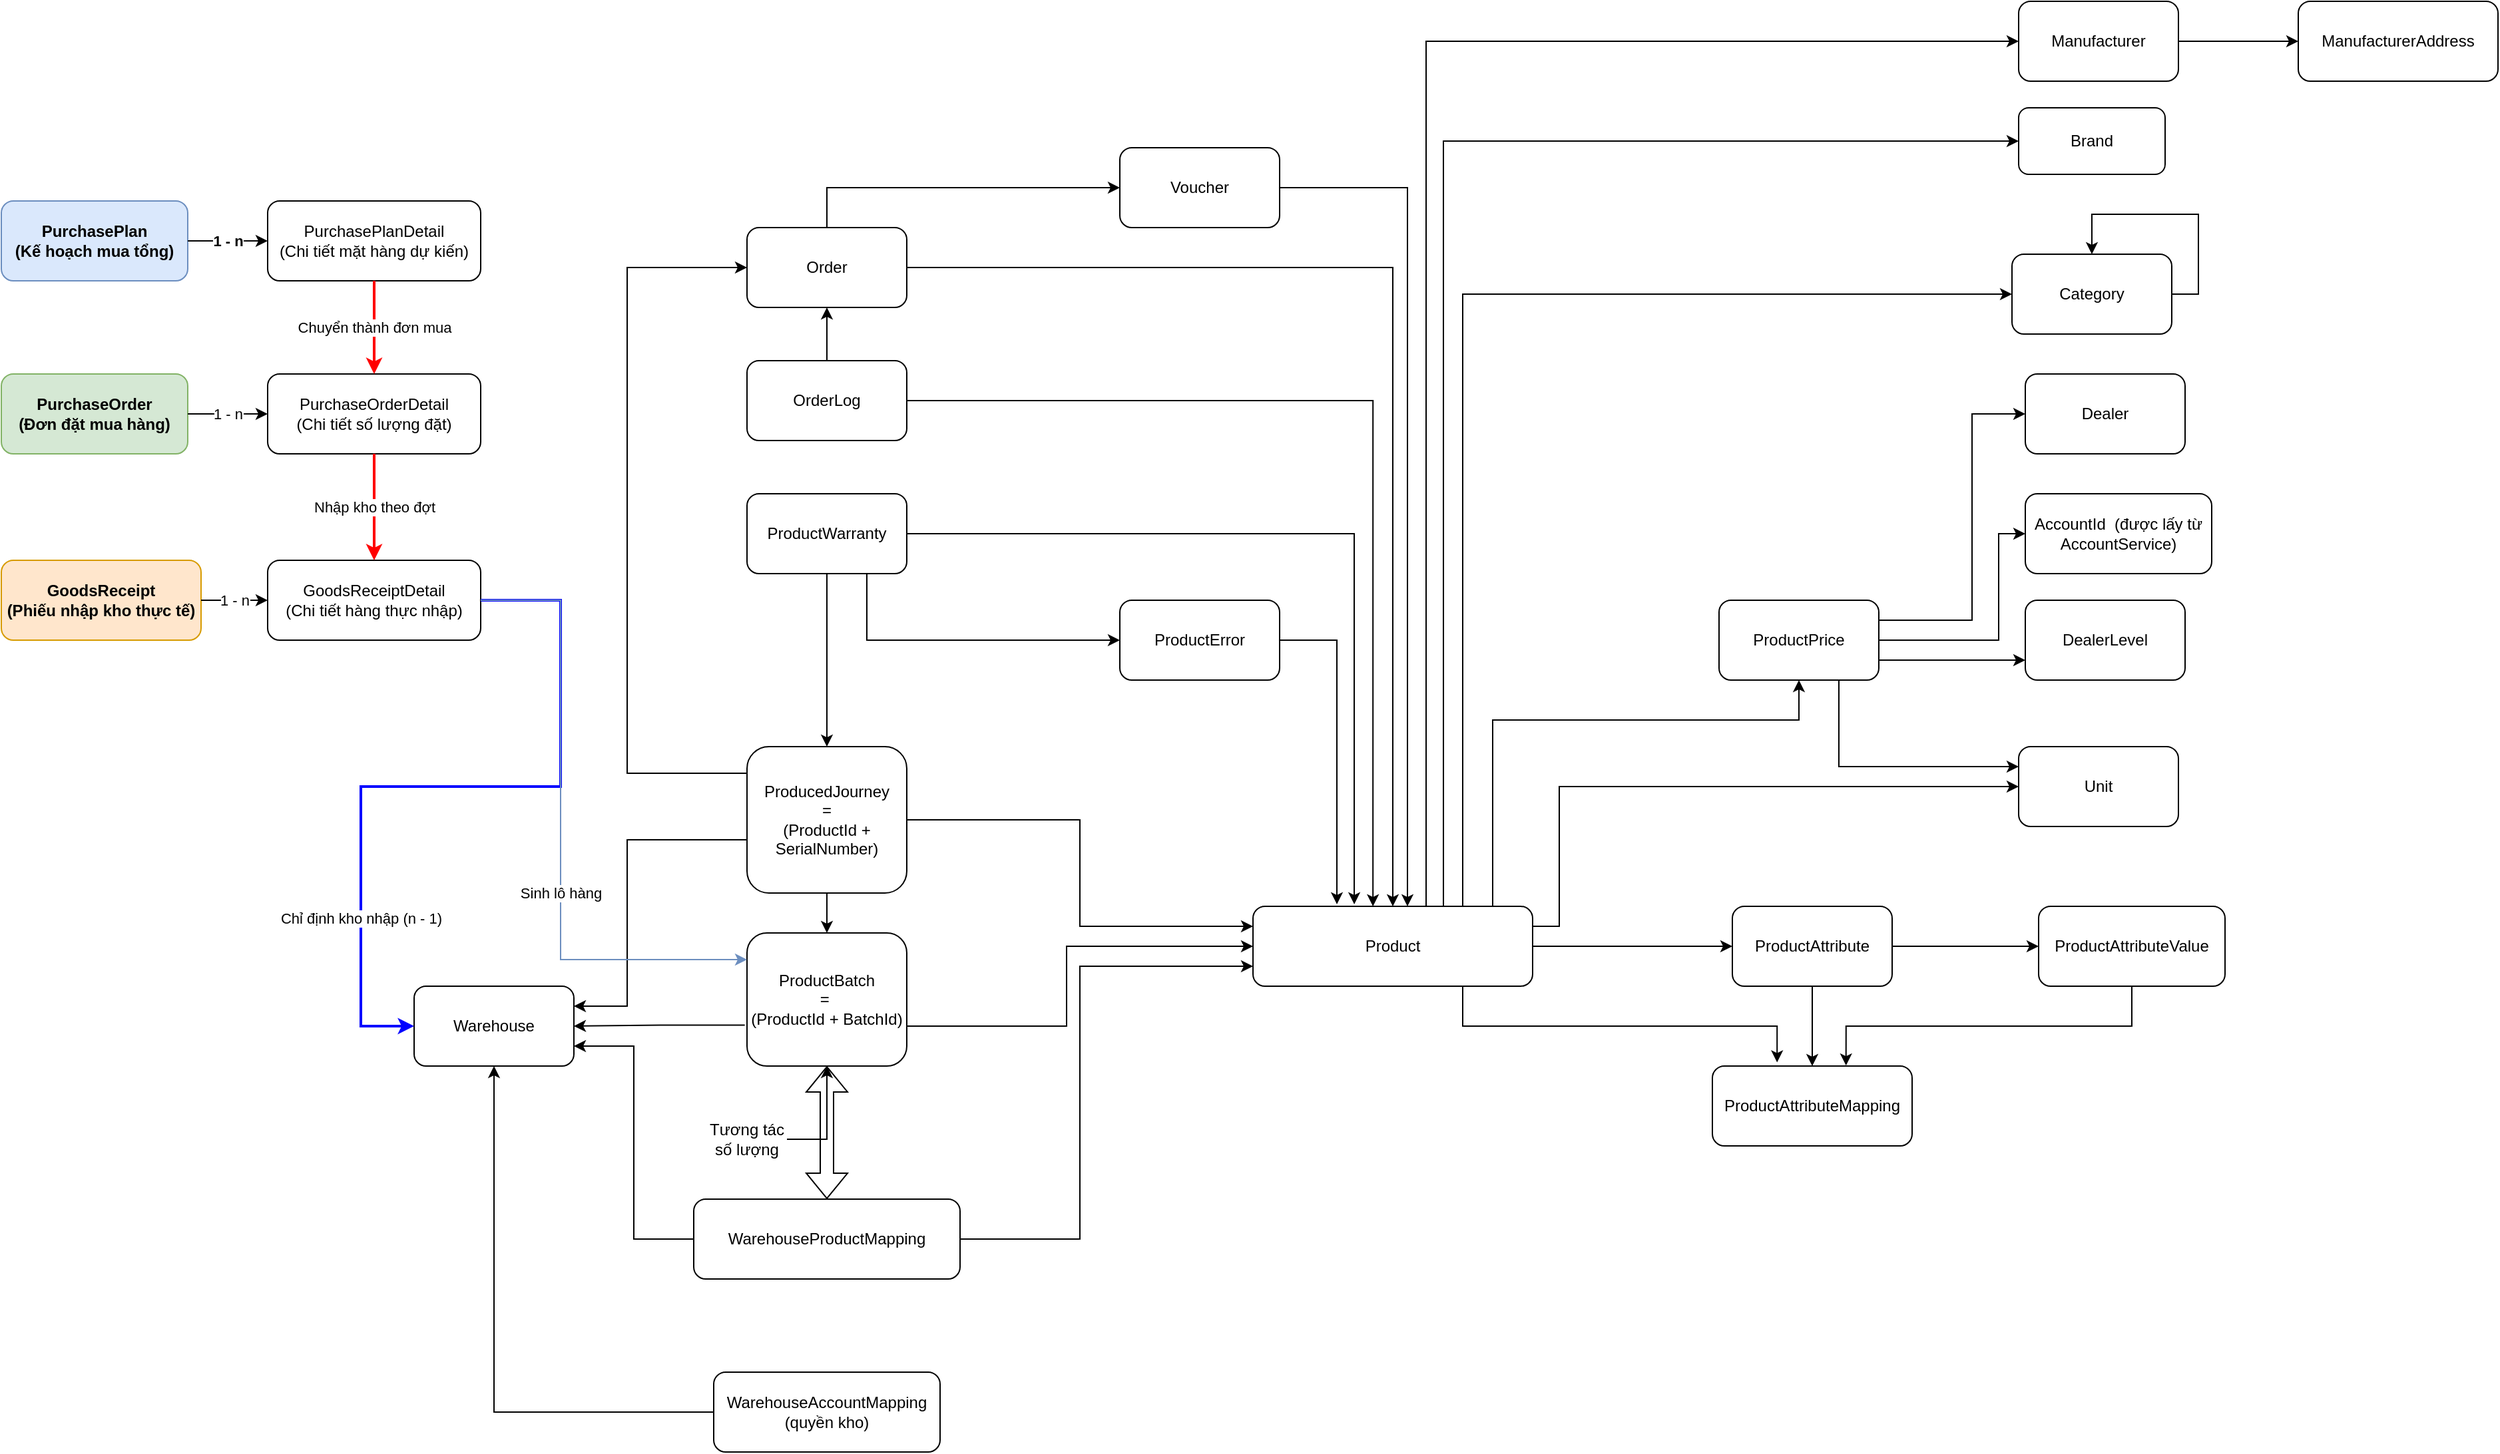
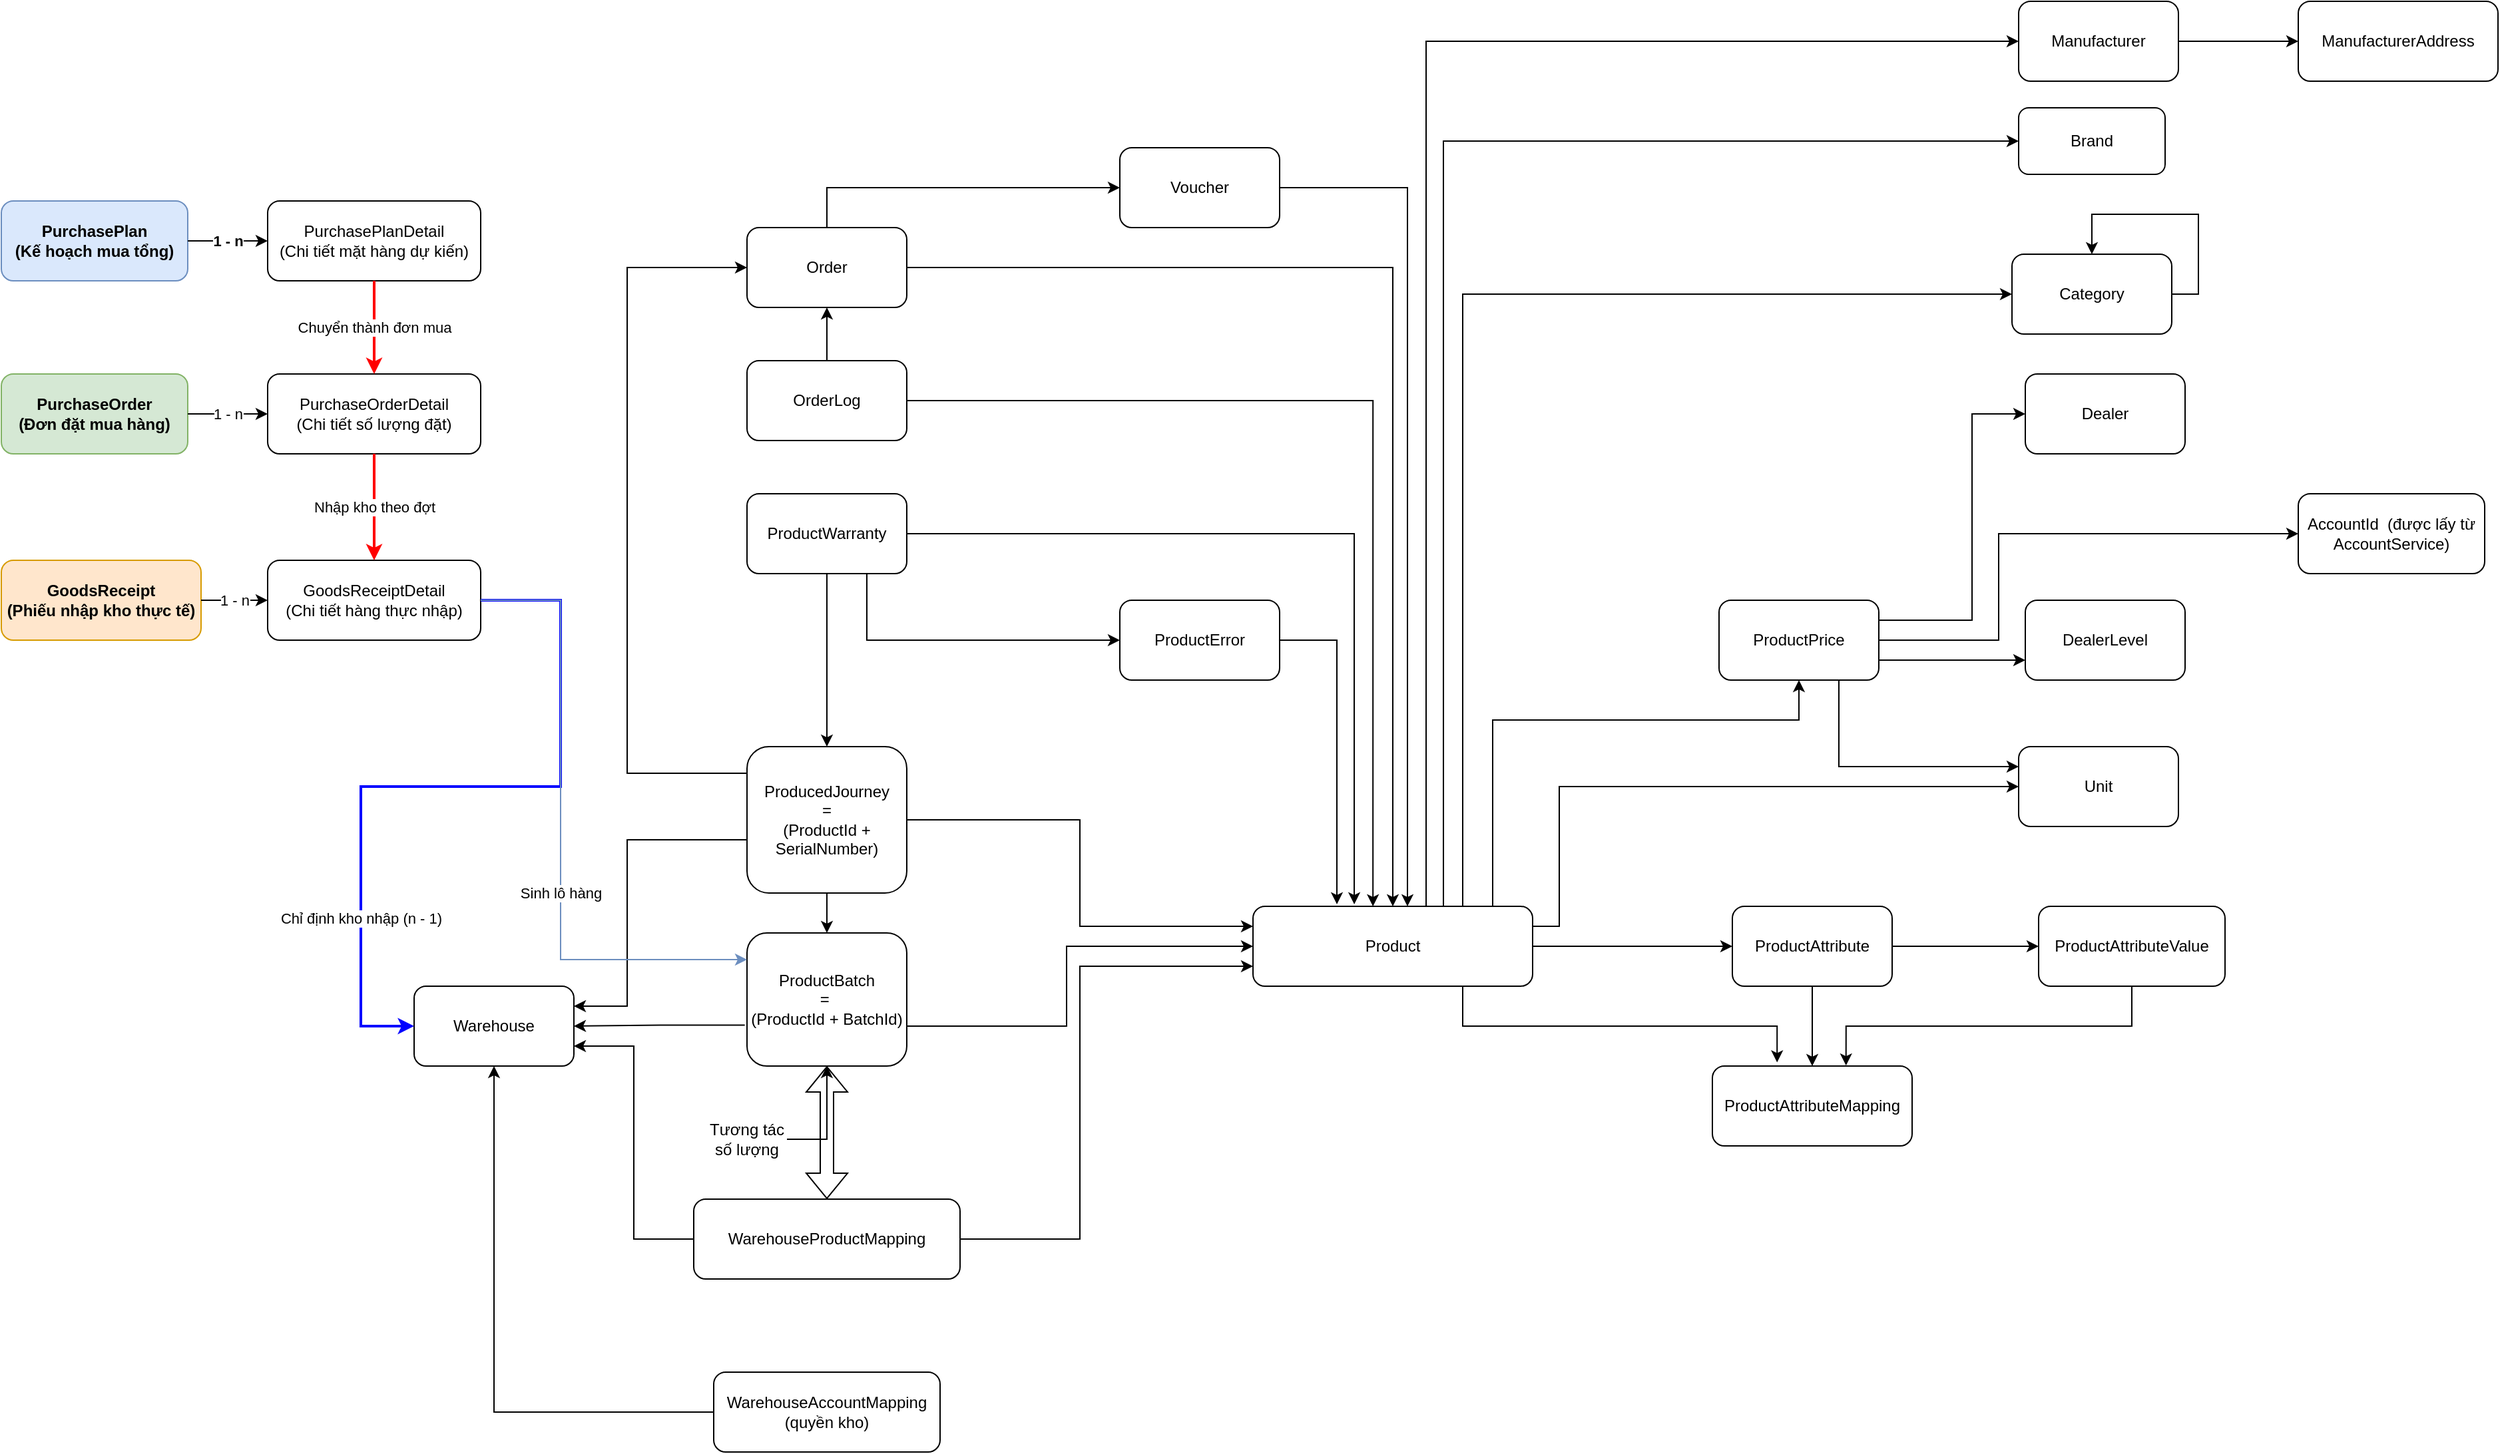
<mxfile host="app.diagrams.net">
  <diagram name="Page-1" id="X3Ej7SneoA_IpZ1JLyMx">
-     <mxGraphModel dx="2280" dy="1447" grid="1" gridSize="10" guides="1" tooltips="1" connect="1" arrows="1" fold="1" page="1" pageScale="1" pageWidth="18500" pageHeight="111000" math="0" shadow="0">
+     <mxGraphModel dx="1303" dy="827" grid="1" gridSize="10" guides="1" tooltips="1" connect="1" arrows="1" fold="1" page="1" pageScale="1" pageWidth="18500" pageHeight="111000" math="0" shadow="0">
      <root>
        <mxCell id="0" />
        <mxCell id="1" parent="0" />
        <mxCell id="bRXCoPtnCOos5vHUt3nM-4" parent="1" style="rounded=1;whiteSpace=wrap;html=1;" value="Brand" vertex="1">
          <mxGeometry height="50" width="110" x="1625" y="160" as="geometry" />
        </mxCell>
        <mxCell id="bRXCoPtnCOos5vHUt3nM-5" parent="1" style="rounded=1;whiteSpace=wrap;html=1;" value="Category" vertex="1">
          <mxGeometry height="60" width="120" x="1620" y="270" as="geometry" />
        </mxCell>
        <mxCell id="bRXCoPtnCOos5vHUt3nM-6" parent="1" style="rounded=1;whiteSpace=wrap;html=1;" value="Dealer" vertex="1">
          <mxGeometry height="60" width="120" x="1630" y="360" as="geometry" />
        </mxCell>
        <mxCell id="bRXCoPtnCOos5vHUt3nM-7" parent="1" style="rounded=1;whiteSpace=wrap;html=1;" value="AccountId&amp;nbsp; (được lấy từ AccountService)" vertex="1">
-           <mxGeometry height="60" width="140" x="1630" y="450" as="geometry" />
+           <mxGeometry height="60" width="140" x="1835" y="450" as="geometry" />
        </mxCell>
        <mxCell id="bRXCoPtnCOos5vHUt3nM-8" parent="1" style="rounded=1;whiteSpace=wrap;html=1;" value="DealerLevel" vertex="1">
          <mxGeometry height="60" width="120" x="1630" y="530" as="geometry" />
        </mxCell>
        <mxCell id="n3FyrpiHLGzsT291LhVI-31" edge="1" parent="1" source="bRXCoPtnCOos5vHUt3nM-11" style="edgeStyle=orthogonalEdgeStyle;rounded=0;orthogonalLoop=1;jettySize=auto;html=1;exitX=1;exitY=0.5;exitDx=0;exitDy=0;entryX=0;entryY=0.5;entryDx=0;entryDy=0;" target="bRXCoPtnCOos5vHUt3nM-12">
          <mxGeometry relative="1" as="geometry" />
        </mxCell>
        <mxCell id="bRXCoPtnCOos5vHUt3nM-11" parent="1" style="rounded=1;whiteSpace=wrap;html=1;" value="Manufacturer" vertex="1">
          <mxGeometry height="60" width="120" x="1625" y="80" as="geometry" />
        </mxCell>
        <mxCell id="bRXCoPtnCOos5vHUt3nM-12" parent="1" style="rounded=1;whiteSpace=wrap;html=1;" value="ManufacturerAddress" vertex="1">
          <mxGeometry height="60" width="150" x="1835" y="80" as="geometry" />
        </mxCell>
        <mxCell id="n3FyrpiHLGzsT291LhVI-44" edge="1" parent="1" source="bRXCoPtnCOos5vHUt3nM-13" style="edgeStyle=orthogonalEdgeStyle;rounded=0;orthogonalLoop=1;jettySize=auto;html=1;exitX=0.5;exitY=0;exitDx=0;exitDy=0;entryX=0;entryY=0.5;entryDx=0;entryDy=0;" target="n3FyrpiHLGzsT291LhVI-9">
          <mxGeometry relative="1" as="geometry">
            <Array as="points">
              <mxPoint x="730" y="220" />
            </Array>
          </mxGeometry>
        </mxCell>
        <mxCell id="n3FyrpiHLGzsT291LhVI-49" edge="1" parent="1" source="bRXCoPtnCOos5vHUt3nM-13" style="edgeStyle=orthogonalEdgeStyle;rounded=0;orthogonalLoop=1;jettySize=auto;html=1;exitX=1;exitY=0.5;exitDx=0;exitDy=0;entryX=0.5;entryY=0;entryDx=0;entryDy=0;" target="bRXCoPtnCOos5vHUt3nM-16">
          <mxGeometry relative="1" as="geometry">
            <Array as="points">
              <mxPoint x="1155" y="280" />
            </Array>
          </mxGeometry>
        </mxCell>
        <mxCell id="bRXCoPtnCOos5vHUt3nM-13" parent="1" style="rounded=1;whiteSpace=wrap;html=1;" value="Order" vertex="1">
          <mxGeometry height="60" width="120" x="670" y="250" as="geometry" />
        </mxCell>
        <mxCell id="n3FyrpiHLGzsT291LhVI-45" edge="1" parent="1" source="bRXCoPtnCOos5vHUt3nM-14" style="edgeStyle=orthogonalEdgeStyle;rounded=0;orthogonalLoop=1;jettySize=auto;html=1;exitX=0;exitY=0.5;exitDx=0;exitDy=0;" target="bRXCoPtnCOos5vHUt3nM-13">
          <mxGeometry relative="1" as="geometry" />
        </mxCell>
        <mxCell id="bRXCoPtnCOos5vHUt3nM-14" parent="1" style="rounded=1;whiteSpace=wrap;html=1;direction=south;" value="OrderLog" vertex="1">
          <mxGeometry height="60" width="120" x="670" y="350" as="geometry" />
        </mxCell>
        <mxCell id="n3FyrpiHLGzsT291LhVI-33" edge="1" parent="1" source="bRXCoPtnCOos5vHUt3nM-15" style="edgeStyle=orthogonalEdgeStyle;rounded=0;orthogonalLoop=1;jettySize=auto;html=1;exitX=1;exitY=0.5;exitDx=0;exitDy=0;entryX=0;entryY=0.25;entryDx=0;entryDy=0;" target="bRXCoPtnCOos5vHUt3nM-16">
          <mxGeometry relative="1" as="geometry" />
        </mxCell>
        <mxCell id="n3FyrpiHLGzsT291LhVI-35" edge="1" parent="1" source="bRXCoPtnCOos5vHUt3nM-15" style="edgeStyle=orthogonalEdgeStyle;rounded=0;orthogonalLoop=1;jettySize=auto;html=1;exitX=0.5;exitY=1;exitDx=0;exitDy=0;" target="bRXCoPtnCOos5vHUt3nM-20">
          <mxGeometry relative="1" as="geometry" />
        </mxCell>
        <mxCell id="n3FyrpiHLGzsT291LhVI-36" edge="1" parent="1" source="bRXCoPtnCOos5vHUt3nM-15" style="edgeStyle=orthogonalEdgeStyle;rounded=0;orthogonalLoop=1;jettySize=auto;html=1;exitX=0.006;exitY=0.659;exitDx=0;exitDy=0;entryX=1;entryY=0.25;entryDx=0;entryDy=0;exitPerimeter=0;" target="n3FyrpiHLGzsT291LhVI-10">
          <mxGeometry relative="1" as="geometry">
            <Array as="points">
              <mxPoint x="671" y="710" />
              <mxPoint x="580" y="710" />
              <mxPoint x="580" y="835" />
            </Array>
          </mxGeometry>
        </mxCell>
        <mxCell id="n3FyrpiHLGzsT291LhVI-51" edge="1" parent="1" source="bRXCoPtnCOos5vHUt3nM-15" style="edgeStyle=orthogonalEdgeStyle;rounded=0;orthogonalLoop=1;jettySize=auto;html=1;exitX=0;exitY=0.25;exitDx=0;exitDy=0;entryX=0;entryY=0.5;entryDx=0;entryDy=0;" target="bRXCoPtnCOos5vHUt3nM-13">
          <mxGeometry relative="1" as="geometry">
            <Array as="points">
              <mxPoint x="670" y="660" />
              <mxPoint x="580" y="660" />
              <mxPoint x="580" y="280" />
            </Array>
          </mxGeometry>
        </mxCell>
        <mxCell id="bRXCoPtnCOos5vHUt3nM-15" parent="1" style="rounded=1;whiteSpace=wrap;html=1;" value="ProducedJourney&lt;div&gt;&amp;nbsp;=&amp;nbsp;&lt;/div&gt;&lt;div&gt;(ProductId + SerialNumber)&lt;/div&gt;" vertex="1">
          <mxGeometry height="110" width="120" x="670" y="640" as="geometry" />
        </mxCell>
        <mxCell id="n3FyrpiHLGzsT291LhVI-14" edge="1" parent="1" source="bRXCoPtnCOos5vHUt3nM-16" style="edgeStyle=orthogonalEdgeStyle;rounded=0;orthogonalLoop=1;jettySize=auto;html=1;exitX=1;exitY=0.5;exitDx=0;exitDy=0;entryX=0;entryY=0.5;entryDx=0;entryDy=0;" target="bRXCoPtnCOos5vHUt3nM-17">
          <mxGeometry relative="1" as="geometry" />
        </mxCell>
        <mxCell id="n3FyrpiHLGzsT291LhVI-16" edge="1" parent="1" source="bRXCoPtnCOos5vHUt3nM-16" style="edgeStyle=orthogonalEdgeStyle;rounded=0;orthogonalLoop=1;jettySize=auto;html=1;exitX=0.75;exitY=1;exitDx=0;exitDy=0;entryX=0.324;entryY=-0.046;entryDx=0;entryDy=0;entryPerimeter=0;" target="bRXCoPtnCOos5vHUt3nM-18">
          <mxGeometry relative="1" as="geometry" />
        </mxCell>
        <mxCell id="n3FyrpiHLGzsT291LhVI-19" edge="1" parent="1" source="bRXCoPtnCOos5vHUt3nM-16" style="edgeStyle=orthogonalEdgeStyle;rounded=0;orthogonalLoop=1;jettySize=auto;html=1;exitX=0.75;exitY=0;exitDx=0;exitDy=0;entryX=0.5;entryY=1;entryDx=0;entryDy=0;" target="n3FyrpiHLGzsT291LhVI-1">
          <mxGeometry relative="1" as="geometry">
            <Array as="points">
              <mxPoint x="1230" y="620" />
              <mxPoint x="1460" y="620" />
            </Array>
          </mxGeometry>
        </mxCell>
        <mxCell id="n3FyrpiHLGzsT291LhVI-25" edge="1" parent="1" source="bRXCoPtnCOos5vHUt3nM-16" style="edgeStyle=orthogonalEdgeStyle;rounded=0;orthogonalLoop=1;jettySize=auto;html=1;exitX=0.75;exitY=0;exitDx=0;exitDy=0;entryX=0;entryY=0.5;entryDx=0;entryDy=0;" target="bRXCoPtnCOos5vHUt3nM-5">
          <mxGeometry relative="1" as="geometry" />
        </mxCell>
        <mxCell id="n3FyrpiHLGzsT291LhVI-27" edge="1" parent="1" source="bRXCoPtnCOos5vHUt3nM-16" style="edgeStyle=orthogonalEdgeStyle;rounded=0;orthogonalLoop=1;jettySize=auto;html=1;exitX=0.681;exitY=-0.007;exitDx=0;exitDy=0;entryX=0;entryY=0.5;entryDx=0;entryDy=0;exitPerimeter=0;" target="bRXCoPtnCOos5vHUt3nM-4">
          <mxGeometry relative="1" as="geometry" />
        </mxCell>
        <mxCell id="n3FyrpiHLGzsT291LhVI-28" edge="1" parent="1" source="bRXCoPtnCOos5vHUt3nM-16" style="edgeStyle=orthogonalEdgeStyle;rounded=0;orthogonalLoop=1;jettySize=auto;html=1;exitX=1;exitY=0.25;exitDx=0;exitDy=0;entryX=0;entryY=0.5;entryDx=0;entryDy=0;" target="n3FyrpiHLGzsT291LhVI-8">
          <mxGeometry relative="1" as="geometry">
            <Array as="points">
              <mxPoint x="1280" y="775" />
              <mxPoint x="1280" y="670" />
            </Array>
          </mxGeometry>
        </mxCell>
        <mxCell id="n3FyrpiHLGzsT291LhVI-47" edge="1" parent="1" source="bRXCoPtnCOos5vHUt3nM-16" style="edgeStyle=orthogonalEdgeStyle;rounded=0;orthogonalLoop=1;jettySize=auto;html=1;exitX=0.636;exitY=0.013;exitDx=0;exitDy=0;entryX=0;entryY=0.5;entryDx=0;entryDy=0;exitPerimeter=0;" target="bRXCoPtnCOos5vHUt3nM-11">
          <mxGeometry relative="1" as="geometry">
            <Array as="points">
              <mxPoint x="1180" y="761" />
              <mxPoint x="1180" y="110" />
            </Array>
          </mxGeometry>
        </mxCell>
        <mxCell id="bRXCoPtnCOos5vHUt3nM-16" parent="1" style="rounded=1;whiteSpace=wrap;html=1;" value="Product" vertex="1">
          <mxGeometry height="60" width="210" x="1050" y="760" as="geometry" />
        </mxCell>
        <mxCell id="n3FyrpiHLGzsT291LhVI-15" edge="1" parent="1" source="bRXCoPtnCOos5vHUt3nM-17" style="edgeStyle=orthogonalEdgeStyle;rounded=0;orthogonalLoop=1;jettySize=auto;html=1;exitX=1;exitY=0.5;exitDx=0;exitDy=0;entryX=0;entryY=0.5;entryDx=0;entryDy=0;" target="bRXCoPtnCOos5vHUt3nM-19">
          <mxGeometry relative="1" as="geometry" />
        </mxCell>
        <mxCell id="n3FyrpiHLGzsT291LhVI-17" edge="1" parent="1" source="bRXCoPtnCOos5vHUt3nM-17" style="edgeStyle=orthogonalEdgeStyle;rounded=0;orthogonalLoop=1;jettySize=auto;html=1;exitX=0.5;exitY=1;exitDx=0;exitDy=0;entryX=0.5;entryY=0;entryDx=0;entryDy=0;" target="bRXCoPtnCOos5vHUt3nM-18">
          <mxGeometry relative="1" as="geometry" />
        </mxCell>
        <mxCell id="bRXCoPtnCOos5vHUt3nM-17" parent="1" style="rounded=1;whiteSpace=wrap;html=1;" value="ProductAttribute" vertex="1">
          <mxGeometry height="60" width="120" x="1410" y="760" as="geometry" />
        </mxCell>
        <mxCell id="bRXCoPtnCOos5vHUt3nM-18" parent="1" style="rounded=1;whiteSpace=wrap;html=1;" value="ProductAttributeMapping" vertex="1">
          <mxGeometry height="60" width="150" x="1395" y="880" as="geometry" />
        </mxCell>
        <mxCell id="bRXCoPtnCOos5vHUt3nM-19" parent="1" style="rounded=1;whiteSpace=wrap;html=1;" value="ProductAttributeValue" vertex="1">
          <mxGeometry height="60" width="140" x="1640" y="760" as="geometry" />
        </mxCell>
        <mxCell id="n3FyrpiHLGzsT291LhVI-34" edge="1" parent="1" source="bRXCoPtnCOos5vHUt3nM-20" style="edgeStyle=orthogonalEdgeStyle;rounded=0;orthogonalLoop=1;jettySize=auto;html=1;exitX=1;exitY=0.5;exitDx=0;exitDy=0;entryX=0;entryY=0.5;entryDx=0;entryDy=0;" target="bRXCoPtnCOos5vHUt3nM-16">
          <mxGeometry relative="1" as="geometry">
            <Array as="points">
              <mxPoint x="910" y="850" />
              <mxPoint x="910" y="790" />
            </Array>
          </mxGeometry>
        </mxCell>
        <mxCell id="n3FyrpiHLGzsT291LhVI-37" edge="1" parent="1" source="bRXCoPtnCOos5vHUt3nM-20" style="edgeStyle=orthogonalEdgeStyle;rounded=0;orthogonalLoop=1;jettySize=auto;html=1;exitX=-0.014;exitY=0.692;exitDx=0;exitDy=0;entryX=1;entryY=0.5;entryDx=0;entryDy=0;exitPerimeter=0;" target="n3FyrpiHLGzsT291LhVI-10">
          <mxGeometry relative="1" as="geometry" />
        </mxCell>
        <mxCell id="bRXCoPtnCOos5vHUt3nM-20" parent="1" style="rounded=1;whiteSpace=wrap;html=1;" value="ProductBatch&lt;div&gt;=&amp;nbsp;&lt;/div&gt;&lt;div&gt;(ProductId + BatchId)&lt;/div&gt;" vertex="1">
          <mxGeometry height="100" width="120" x="670" y="780" as="geometry" />
        </mxCell>
        <mxCell id="bRXCoPtnCOos5vHUt3nM-21" parent="1" style="rounded=1;whiteSpace=wrap;html=1;" value="ProductError" vertex="1">
          <mxGeometry height="60" width="120" x="950" y="530" as="geometry" />
        </mxCell>
        <mxCell id="n3FyrpiHLGzsT291LhVI-21" edge="1" parent="1" source="n3FyrpiHLGzsT291LhVI-1" style="edgeStyle=orthogonalEdgeStyle;rounded=0;orthogonalLoop=1;jettySize=auto;html=1;exitX=1;exitY=0.75;exitDx=0;exitDy=0;entryX=0;entryY=0.75;entryDx=0;entryDy=0;" target="bRXCoPtnCOos5vHUt3nM-8">
          <mxGeometry relative="1" as="geometry" />
        </mxCell>
        <mxCell id="n3FyrpiHLGzsT291LhVI-22" edge="1" parent="1" source="n3FyrpiHLGzsT291LhVI-1" style="edgeStyle=orthogonalEdgeStyle;rounded=0;orthogonalLoop=1;jettySize=auto;html=1;exitX=1;exitY=0.5;exitDx=0;exitDy=0;entryX=0;entryY=0.5;entryDx=0;entryDy=0;" target="bRXCoPtnCOos5vHUt3nM-7">
          <mxGeometry relative="1" as="geometry">
            <Array as="points">
              <mxPoint x="1610" y="560" />
              <mxPoint x="1610" y="480" />
            </Array>
          </mxGeometry>
        </mxCell>
        <mxCell id="n3FyrpiHLGzsT291LhVI-23" edge="1" parent="1" source="n3FyrpiHLGzsT291LhVI-1" style="edgeStyle=orthogonalEdgeStyle;rounded=0;orthogonalLoop=1;jettySize=auto;html=1;exitX=1;exitY=0.25;exitDx=0;exitDy=0;entryX=0;entryY=0.5;entryDx=0;entryDy=0;" target="bRXCoPtnCOos5vHUt3nM-6">
          <mxGeometry relative="1" as="geometry">
            <Array as="points">
              <mxPoint x="1590" y="545" />
              <mxPoint x="1590" y="390" />
            </Array>
          </mxGeometry>
        </mxCell>
        <mxCell id="n3FyrpiHLGzsT291LhVI-56" edge="1" parent="1" source="n3FyrpiHLGzsT291LhVI-1" style="edgeStyle=orthogonalEdgeStyle;rounded=0;orthogonalLoop=1;jettySize=auto;html=1;exitX=0.75;exitY=1;exitDx=0;exitDy=0;entryX=0;entryY=0.25;entryDx=0;entryDy=0;" target="n3FyrpiHLGzsT291LhVI-8">
          <mxGeometry relative="1" as="geometry" />
        </mxCell>
        <mxCell id="n3FyrpiHLGzsT291LhVI-1" parent="1" style="rounded=1;whiteSpace=wrap;html=1;" value="ProductPrice" vertex="1">
          <mxGeometry height="60" width="120" x="1400" y="530" as="geometry" />
        </mxCell>
        <mxCell id="n3FyrpiHLGzsT291LhVI-52" edge="1" parent="1" source="n3FyrpiHLGzsT291LhVI-2" style="edgeStyle=orthogonalEdgeStyle;rounded=0;orthogonalLoop=1;jettySize=auto;html=1;exitX=0.5;exitY=1;exitDx=0;exitDy=0;entryX=0.5;entryY=0;entryDx=0;entryDy=0;" target="bRXCoPtnCOos5vHUt3nM-15">
          <mxGeometry relative="1" as="geometry" />
        </mxCell>
        <mxCell id="n3FyrpiHLGzsT291LhVI-58" edge="1" parent="1" source="n3FyrpiHLGzsT291LhVI-2" style="edgeStyle=orthogonalEdgeStyle;rounded=0;orthogonalLoop=1;jettySize=auto;html=1;exitX=0.75;exitY=1;exitDx=0;exitDy=0;entryX=0;entryY=0.5;entryDx=0;entryDy=0;" target="bRXCoPtnCOos5vHUt3nM-21">
          <mxGeometry relative="1" as="geometry" />
        </mxCell>
        <mxCell id="n3FyrpiHLGzsT291LhVI-2" parent="1" style="rounded=1;whiteSpace=wrap;html=1;" value="ProductWarranty" vertex="1">
          <mxGeometry height="60" width="120" x="670" y="450" as="geometry" />
        </mxCell>
        <mxCell id="n3FyrpiHLGzsT291LhVI-8" parent="1" style="rounded=1;whiteSpace=wrap;html=1;" value="Unit" vertex="1">
          <mxGeometry height="60" width="120" x="1625" y="640" as="geometry" />
        </mxCell>
        <mxCell id="n3FyrpiHLGzsT291LhVI-43" edge="1" parent="1" source="n3FyrpiHLGzsT291LhVI-9" style="edgeStyle=orthogonalEdgeStyle;rounded=0;orthogonalLoop=1;jettySize=auto;html=1;exitX=1;exitY=0.5;exitDx=0;exitDy=0;">
          <mxGeometry relative="1" as="geometry">
            <Array as="points">
              <mxPoint x="1166" y="220" />
            </Array>
            <mxPoint x="1166" y="760" as="targetPoint" />
          </mxGeometry>
        </mxCell>
        <mxCell id="n3FyrpiHLGzsT291LhVI-9" parent="1" style="rounded=1;whiteSpace=wrap;html=1;" value="Voucher" vertex="1">
          <mxGeometry height="60" width="120" x="950" y="190" as="geometry" />
        </mxCell>
        <mxCell id="n3FyrpiHLGzsT291LhVI-10" parent="1" style="rounded=1;whiteSpace=wrap;html=1;" value="Warehouse" vertex="1">
          <mxGeometry height="60" width="120" x="420" y="820" as="geometry" />
        </mxCell>
        <mxCell id="n3FyrpiHLGzsT291LhVI-53" edge="1" parent="1" source="n3FyrpiHLGzsT291LhVI-11" style="edgeStyle=orthogonalEdgeStyle;rounded=0;orthogonalLoop=1;jettySize=auto;html=1;exitX=0;exitY=0.5;exitDx=0;exitDy=0;entryX=0.5;entryY=1;entryDx=0;entryDy=0;" target="n3FyrpiHLGzsT291LhVI-10">
          <mxGeometry relative="1" as="geometry" />
        </mxCell>
        <mxCell id="n3FyrpiHLGzsT291LhVI-11" parent="1" style="rounded=1;whiteSpace=wrap;html=1;" value="WarehouseAccountMapping&lt;div&gt;(quyền kho)&lt;/div&gt;" vertex="1">
          <mxGeometry height="60" width="170" x="645" y="1110" as="geometry" />
        </mxCell>
        <mxCell id="n3FyrpiHLGzsT291LhVI-41" edge="1" parent="1" source="n3FyrpiHLGzsT291LhVI-12" style="edgeStyle=orthogonalEdgeStyle;rounded=0;orthogonalLoop=1;jettySize=auto;html=1;exitX=0;exitY=0.5;exitDx=0;exitDy=0;entryX=1;entryY=0.75;entryDx=0;entryDy=0;" target="n3FyrpiHLGzsT291LhVI-10">
          <mxGeometry relative="1" as="geometry" />
        </mxCell>
        <mxCell id="n3FyrpiHLGzsT291LhVI-42" edge="1" parent="1" source="n3FyrpiHLGzsT291LhVI-12" style="edgeStyle=orthogonalEdgeStyle;rounded=0;orthogonalLoop=1;jettySize=auto;html=1;exitX=1;exitY=0.5;exitDx=0;exitDy=0;entryX=0;entryY=0.75;entryDx=0;entryDy=0;" target="bRXCoPtnCOos5vHUt3nM-16">
          <mxGeometry relative="1" as="geometry">
            <Array as="points">
              <mxPoint x="920" y="1010" />
              <mxPoint x="920" y="805" />
            </Array>
          </mxGeometry>
        </mxCell>
        <mxCell id="n3FyrpiHLGzsT291LhVI-12" parent="1" style="rounded=1;whiteSpace=wrap;html=1;" value="WarehouseProductMapping" vertex="1">
          <mxGeometry height="60" width="200" x="630" y="980" as="geometry" />
        </mxCell>
        <mxCell id="n3FyrpiHLGzsT291LhVI-18" edge="1" parent="1" source="bRXCoPtnCOos5vHUt3nM-19" style="edgeStyle=orthogonalEdgeStyle;rounded=0;orthogonalLoop=1;jettySize=auto;html=1;exitX=0.5;exitY=1;exitDx=0;exitDy=0;entryX=0.669;entryY=-0.007;entryDx=0;entryDy=0;entryPerimeter=0;" target="bRXCoPtnCOos5vHUt3nM-18">
          <mxGeometry relative="1" as="geometry" />
        </mxCell>
        <mxCell id="n3FyrpiHLGzsT291LhVI-24" edge="1" parent="1" source="bRXCoPtnCOos5vHUt3nM-5" style="edgeStyle=orthogonalEdgeStyle;rounded=0;orthogonalLoop=1;jettySize=auto;html=1;exitX=1;exitY=0.5;exitDx=0;exitDy=0;entryX=0.5;entryY=0;entryDx=0;entryDy=0;" target="bRXCoPtnCOos5vHUt3nM-5">
          <mxGeometry relative="1" as="geometry">
            <Array as="points">
              <mxPoint x="1760" y="300" />
              <mxPoint x="1760" y="240" />
              <mxPoint x="1680" y="240" />
            </Array>
          </mxGeometry>
        </mxCell>
        <mxCell id="n3FyrpiHLGzsT291LhVI-38" edge="1" parent="1" source="n3FyrpiHLGzsT291LhVI-12" style="shape=flexArrow;endArrow=classic;startArrow=classic;html=1;rounded=0;entryX=0.5;entryY=1;entryDx=0;entryDy=0;exitX=0.5;exitY=0;exitDx=0;exitDy=0;" target="bRXCoPtnCOos5vHUt3nM-20" value="">
          <mxGeometry height="100" relative="1" width="100" as="geometry">
            <mxPoint x="650" y="980" as="sourcePoint" />
            <mxPoint x="750" y="880" as="targetPoint" />
          </mxGeometry>
        </mxCell>
        <mxCell id="n3FyrpiHLGzsT291LhVI-40" edge="1" parent="1" source="n3FyrpiHLGzsT291LhVI-39" style="edgeStyle=orthogonalEdgeStyle;rounded=0;orthogonalLoop=1;jettySize=auto;html=1;exitX=1;exitY=0.5;exitDx=0;exitDy=0;entryX=0.5;entryY=1;entryDx=0;entryDy=0;" target="bRXCoPtnCOos5vHUt3nM-20">
          <mxGeometry relative="1" as="geometry" />
        </mxCell>
        <mxCell id="n3FyrpiHLGzsT291LhVI-39" parent="1" style="text;html=1;whiteSpace=wrap;strokeColor=none;fillColor=none;align=center;verticalAlign=middle;rounded=0;" value="Tương tác số lượng" vertex="1">
          <mxGeometry height="30" width="60" x="640" y="920" as="geometry" />
        </mxCell>
        <mxCell id="n3FyrpiHLGzsT291LhVI-46" edge="1" parent="1" source="n3FyrpiHLGzsT291LhVI-2" style="edgeStyle=orthogonalEdgeStyle;rounded=0;orthogonalLoop=1;jettySize=auto;html=1;exitX=1;exitY=0.5;exitDx=0;exitDy=0;entryX=0.362;entryY=-0.026;entryDx=0;entryDy=0;entryPerimeter=0;" target="bRXCoPtnCOos5vHUt3nM-16">
          <mxGeometry relative="1" as="geometry" />
        </mxCell>
        <mxCell id="n3FyrpiHLGzsT291LhVI-50" edge="1" parent="1" source="bRXCoPtnCOos5vHUt3nM-14" style="edgeStyle=orthogonalEdgeStyle;rounded=0;orthogonalLoop=1;jettySize=auto;html=1;exitX=0.5;exitY=0;exitDx=0;exitDy=0;entryX=0.429;entryY=0;entryDx=0;entryDy=0;entryPerimeter=0;" target="bRXCoPtnCOos5vHUt3nM-16">
          <mxGeometry relative="1" as="geometry" />
        </mxCell>
        <mxCell id="n3FyrpiHLGzsT291LhVI-57" edge="1" parent="1" source="bRXCoPtnCOos5vHUt3nM-21" style="edgeStyle=orthogonalEdgeStyle;rounded=0;orthogonalLoop=1;jettySize=auto;html=1;exitX=1;exitY=0.5;exitDx=0;exitDy=0;entryX=0.3;entryY=-0.026;entryDx=0;entryDy=0;entryPerimeter=0;" target="bRXCoPtnCOos5vHUt3nM-16">
          <mxGeometry relative="1" as="geometry" />
        </mxCell>
        <mxCell id="PWnPaHJ6BF9YL0BDL13Q-1" parent="1" style="rounded=1;whiteSpace=wrap;html=1;fillColor=#dae8fc;strokeColor=#6c8ebf;fontStyle=1;" value="PurchasePlan&#xa;(Kế hoạch mua tổng)" vertex="1">
          <mxGeometry height="60" width="140" x="110" y="230" as="geometry" />
        </mxCell>
        <mxCell id="PWnPaHJ6BF9YL0BDL13Q-2" parent="1" style="rounded=1;whiteSpace=wrap;html=1;" value="PurchasePlanDetail&#xa;(Chi tiết mặt hàng dự kiến)" vertex="1">
          <mxGeometry height="60" width="160" x="310" y="230" as="geometry" />
        </mxCell>
        <mxCell id="PWnPaHJ6BF9YL0BDL13Q-3" edge="1" parent="1" source="PWnPaHJ6BF9YL0BDL13Q-1" style="edgeStyle=orthogonalEdgeStyle;rounded=0;html=1;fontStyle=1;" target="PWnPaHJ6BF9YL0BDL13Q-2" value="1 - n">
          <mxGeometry relative="1" as="geometry" />
        </mxCell>
        <mxCell id="PWnPaHJ6BF9YL0BDL13Q-4" parent="1" style="rounded=1;whiteSpace=wrap;html=1;fillColor=#d5e8d4;strokeColor=#82b366;fontStyle=1;" value="PurchaseOrder&#xa;(Đơn đặt mua hàng)" vertex="1">
          <mxGeometry height="60" width="140" x="110" y="360" as="geometry" />
        </mxCell>
        <mxCell id="PWnPaHJ6BF9YL0BDL13Q-5" parent="1" style="rounded=1;whiteSpace=wrap;html=1;" value="PurchaseOrderDetail&#xa;(Chi tiết số lượng đặt)" vertex="1">
          <mxGeometry height="60" width="160" x="310" y="360" as="geometry" />
        </mxCell>
        <mxCell id="PWnPaHJ6BF9YL0BDL13Q-6" edge="1" parent="1" source="PWnPaHJ6BF9YL0BDL13Q-4" style="edgeStyle=orthogonalEdgeStyle;rounded=0;html=1;" target="PWnPaHJ6BF9YL0BDL13Q-5" value="1 - n">
          <mxGeometry relative="1" as="geometry" />
        </mxCell>
        <mxCell id="PWnPaHJ6BF9YL0BDL13Q-7" edge="1" parent="1" source="PWnPaHJ6BF9YL0BDL13Q-2" style="edgeStyle=orthogonalEdgeStyle;rounded=0;html=1;strokeWidth=2;strokeColor=#ff0000;" target="PWnPaHJ6BF9YL0BDL13Q-5" value="Chuyển thành đơn mua">
          <mxGeometry relative="1" as="geometry">
            <mxPoint x="390" y="320" as="targetPoint" />
          </mxGeometry>
        </mxCell>
        <mxCell id="PWnPaHJ6BF9YL0BDL13Q-8" parent="1" style="rounded=1;whiteSpace=wrap;html=1;fillColor=#ffe6cc;strokeColor=#d79b00;fontStyle=1;" value="GoodsReceipt&#xa;(Phiếu nhập kho thực tế)" vertex="1">
          <mxGeometry height="60" width="150" x="110" y="500" as="geometry" />
        </mxCell>
        <mxCell id="PWnPaHJ6BF9YL0BDL13Q-9" parent="1" style="rounded=1;whiteSpace=wrap;html=1;" value="GoodsReceiptDetail&#xa;(Chi tiết hàng thực nhập)" vertex="1">
          <mxGeometry height="60" width="160" x="310" y="500" as="geometry" />
        </mxCell>
        <mxCell id="PWnPaHJ6BF9YL0BDL13Q-10" edge="1" parent="1" source="PWnPaHJ6BF9YL0BDL13Q-8" style="edgeStyle=orthogonalEdgeStyle;rounded=0;html=1;" target="PWnPaHJ6BF9YL0BDL13Q-9" value="1 - n">
          <mxGeometry relative="1" as="geometry" />
        </mxCell>
        <mxCell id="PWnPaHJ6BF9YL0BDL13Q-11" edge="1" parent="1" source="PWnPaHJ6BF9YL0BDL13Q-5" style="edgeStyle=orthogonalEdgeStyle;rounded=0;html=1;strokeWidth=2;strokeColor=#ff0000;" target="PWnPaHJ6BF9YL0BDL13Q-9" value="Nhập kho theo đợt">
          <mxGeometry relative="1" as="geometry" />
        </mxCell>
        <mxCell id="PWnPaHJ6BF9YL0BDL13Q-13" edge="1" parent="1" source="PWnPaHJ6BF9YL0BDL13Q-9" style="edgeStyle=orthogonalEdgeStyle;rounded=0;html=1;strokeWidth=2;strokeColor=#0000ff;entryX=0;entryY=0.5;entryDx=0;entryDy=0;exitX=1;exitY=0.5;exitDx=0;exitDy=0;" target="n3FyrpiHLGzsT291LhVI-10" value="Chỉ định kho nhập (n - 1)">
          <mxGeometry relative="1" x="0.5745" as="geometry">
            <mxPoint as="offset" />
            <Array as="points">
              <mxPoint x="530" y="530" />
              <mxPoint x="530" y="670" />
              <mxPoint x="380" y="670" />
              <mxPoint x="380" y="850" />
            </Array>
          </mxGeometry>
        </mxCell>
        <mxCell id="PWnPaHJ6BF9YL0BDL13Q-15" edge="1" parent="1" source="PWnPaHJ6BF9YL0BDL13Q-9" style="edgeStyle=orthogonalEdgeStyle;rounded=0;html=1;strokeWidth=1;strokeColor=#6c8ebf;fillColor=#dae8fc;" value="Sinh lô hàng">
          <mxGeometry relative="1" x="0.1915" as="geometry">
            <mxPoint as="offset" />
            <Array as="points">
              <mxPoint x="530" y="530" />
              <mxPoint x="530" y="800" />
            </Array>
            <mxPoint x="670" y="800" as="targetPoint" />
          </mxGeometry>
        </mxCell>
      </root>
    </mxGraphModel>
  </diagram>
</mxfile>
